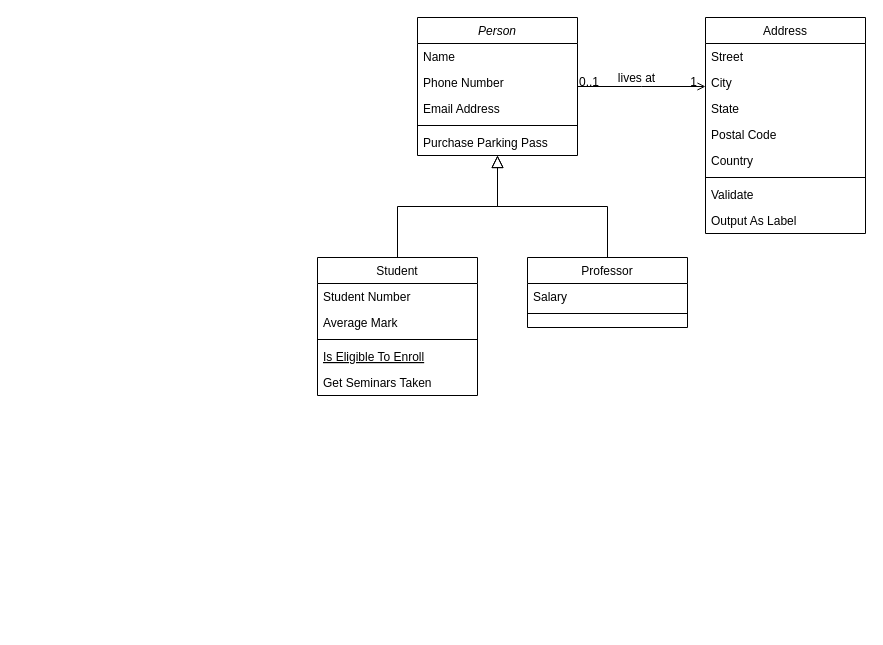
This is src/draw/优惠券.drawio from y13513867074/draw, a draw.io file, before an edit. Source tidied: cells renumbered, new cells numbered last; positions are measured from the earlier drawing's top-left corner, leaving out a move shared by most shapes. Both pictures are drawn from the tidied source at 100%, with x=0, y=0 at pixel (317, 17).
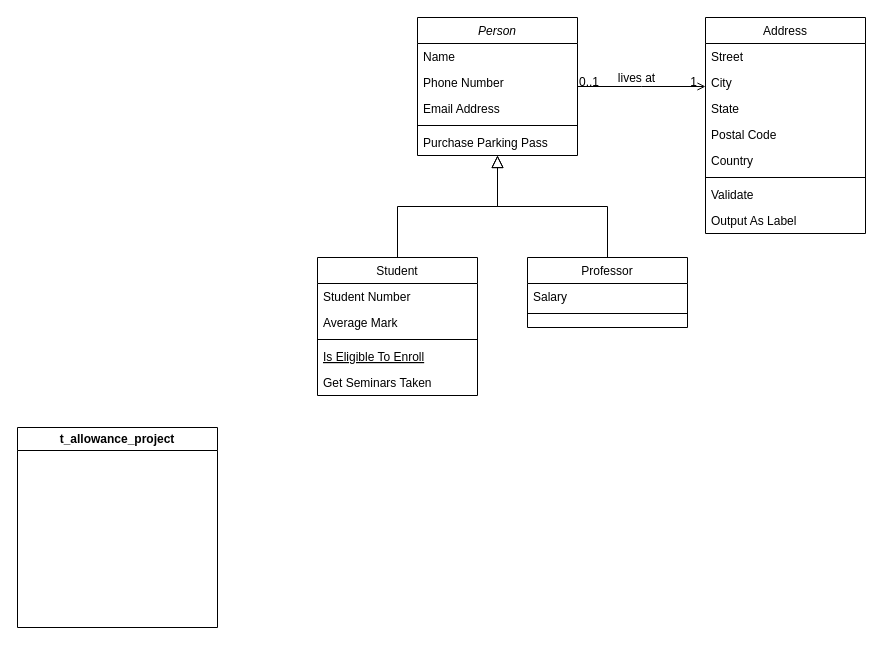
Above is the later version.

Commit message:
更新优惠券.drawio

What changed in the source:
```diff
@@
+    <mxCell id="32" value="t_allowance_project" style="swimlane;whiteSpace=wrap;html=1;" parent="1" vertex="1">
+      <mxGeometry x="-300" y="410" width="200" height="200" as="geometry" />
+    </mxCell>
```
